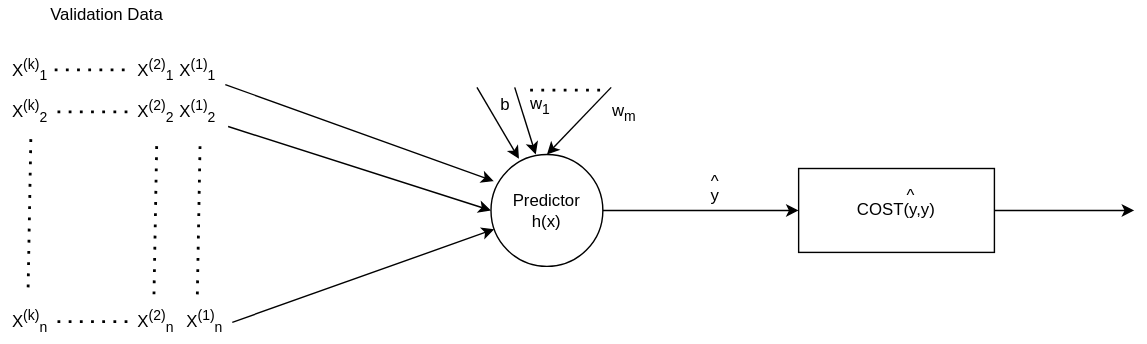
Earlier version of the draw.io export assets/images/supervised/ML-validation-network.svg (ronen567/just-the-docs). Source tidied: cells renumbered, new cells last; positions are measured from the earlier drawing's top-left corner, leaving out a move shared by most shapes. Source of this version:
```xml
<mxGraphModel>
  <root>
    <mxCell id="0" />
    <mxCell id="1" parent="0" />
    <mxCell id="2" value="Predictor&lt;br&gt;h(x)" style="ellipse;whiteSpace=wrap;html=1;" parent="1" vertex="1">
      <mxGeometry x="350" y="110" width="80" height="80" as="geometry" />
    </mxCell>
    <mxCell id="3" style="endArrow=classic;html=1;entryX=0.025;entryY=0.238;entryDx=0;entryDy=0;entryPerimeter=0;exitX=1;exitY=0.833;exitDx=0;exitDy=0;exitPerimeter=0;" parent="1" edge="1" source="8" target="2">
      <mxGeometry relative="1" as="geometry" />
    </mxCell>
    <mxCell id="4" style="endArrow=classic;html=1;entryX=0;entryY=0.5;entryDx=0;entryDy=0;exitX=1.05;exitY=0.833;exitDx=0;exitDy=0;exitPerimeter=0;" parent="1" edge="1" source="6" target="2">
      <mxGeometry relative="1" as="geometry" />
    </mxCell>
    <mxCell id="5" style="endArrow=classic;html=1;exitX=1;exitY=0.5;exitDx=0;exitDy=0;exitPerimeter=0;" parent="1" edge="1" source="7" target="2">
      <mxGeometry relative="1" as="geometry" />
    </mxCell>
    <mxCell id="6" value="X&lt;sup&gt;(1)&lt;/sup&gt;&lt;sub&gt;2&lt;/sub&gt;" style="text;html=1;align=center;verticalAlign=middle;points=[];" parent="1" vertex="1">
      <mxGeometry x="120" y="65" width="40" height="30" as="geometry" />
    </mxCell>
    <mxCell id="7" value="X&lt;sup&gt;(1)&lt;/sup&gt;&lt;sub&gt;n&lt;/sub&gt;" style="text;html=1;align=center;verticalAlign=middle;points=[];" parent="1" vertex="1">
      <mxGeometry x="125" y="215" width="40" height="30" as="geometry" />
    </mxCell>
    <mxCell id="8" value="X&lt;sup&gt;(1)&lt;/sup&gt;&lt;sub&gt;1&lt;/sub&gt;" style="text;html=1;align=center;verticalAlign=middle;points=[];" parent="1" vertex="1">
      <mxGeometry x="120" y="35" width="40" height="30" as="geometry" />
    </mxCell>
    <mxCell id="9" value="X&lt;sup&gt;(2)&lt;/sup&gt;&lt;sub&gt;1&lt;/sub&gt;" style="text;html=1;align=center;verticalAlign=middle;" parent="1" vertex="1">
      <mxGeometry x="90" y="35" width="40" height="30" as="geometry" />
    </mxCell>
    <mxCell id="10" value="X&lt;sup&gt;(2)&lt;/sup&gt;&lt;sub&gt;2&lt;/sub&gt;" style="text;html=1;align=center;verticalAlign=middle;" parent="1" vertex="1">
      <mxGeometry x="90" y="65" width="40" height="30" as="geometry" />
    </mxCell>
    <mxCell id="11" value="X&lt;sup&gt;(2)&lt;/sup&gt;&lt;sub&gt;n&lt;/sub&gt;" style="text;html=1;align=center;verticalAlign=middle;" parent="1" vertex="1">
      <mxGeometry x="90" y="215" width="40" height="30" as="geometry" />
    </mxCell>
    <mxCell id="12" value="X&lt;sup&gt;(k)&lt;/sup&gt;&lt;sub&gt;1&lt;/sub&gt;" style="text;html=1;align=center;verticalAlign=middle;" parent="1" vertex="1">
      <mxGeometry y="35" width="40" height="30" as="geometry" />
    </mxCell>
    <mxCell id="13" value="X&lt;sup&gt;(k)&lt;/sup&gt;&lt;sub&gt;2&lt;/sub&gt;" style="text;html=1;align=center;verticalAlign=middle;" parent="1" vertex="1">
      <mxGeometry y="65" width="40" height="30" as="geometry" />
    </mxCell>
    <mxCell id="14" value="X&lt;sup&gt;(k)&lt;/sup&gt;&lt;sub&gt;n&lt;/sub&gt;" style="text;html=1;align=center;verticalAlign=middle;" parent="1" vertex="1">
      <mxGeometry y="215" width="40" height="30" as="geometry" />
    </mxCell>
    <mxCell id="15" style="endArrow=none;dashed=1;html=1;dashPattern=1 3;strokeWidth=2;entryX=0.55;entryY=1.167;entryDx=0;entryDy=0;entryPerimeter=0;" parent="1" edge="1" target="6">
      <mxGeometry relative="1" as="geometry">
        <mxPoint x="140" y="210" as="sourcePoint" />
      </mxGeometry>
    </mxCell>
    <mxCell id="16" style="endArrow=none;dashed=1;html=1;dashPattern=1 3;strokeWidth=2;entryX=0.55;entryY=1.167;entryDx=0;entryDy=0;entryPerimeter=0;" parent="1" edge="1">
      <mxGeometry relative="1" as="geometry">
        <mxPoint x="109" y="210" as="sourcePoint" />
        <mxPoint x="111" y="100" as="targetPoint" />
      </mxGeometry>
    </mxCell>
    <mxCell id="17" style="endArrow=none;dashed=1;html=1;dashPattern=1 3;strokeWidth=2;entryX=0.55;entryY=1.167;entryDx=0;entryDy=0;entryPerimeter=0;" parent="1" edge="1">
      <mxGeometry relative="1" as="geometry">
        <mxPoint x="19" y="205" as="sourcePoint" />
        <mxPoint x="21" y="95" as="targetPoint" />
      </mxGeometry>
    </mxCell>
    <mxCell id="18" style="endArrow=none;dashed=1;html=1;dashPattern=1 3;strokeWidth=2;entryX=0.55;entryY=1.167;entryDx=0;entryDy=0;entryPerimeter=0;" parent="1" edge="1">
      <mxGeometry relative="1" as="geometry">
        <mxPoint x="38" y="49.5" as="sourcePoint" />
        <mxPoint x="90" y="49.5" as="targetPoint" />
      </mxGeometry>
    </mxCell>
    <mxCell id="19" style="endArrow=none;dashed=1;html=1;dashPattern=1 3;strokeWidth=2;entryX=0.55;entryY=1.167;entryDx=0;entryDy=0;entryPerimeter=0;" parent="1" edge="1">
      <mxGeometry relative="1" as="geometry">
        <mxPoint x="40" y="79.5" as="sourcePoint" />
        <mxPoint x="92" y="79.5" as="targetPoint" />
      </mxGeometry>
    </mxCell>
    <mxCell id="20" style="endArrow=none;dashed=1;html=1;dashPattern=1 3;strokeWidth=2;entryX=0.55;entryY=1.167;entryDx=0;entryDy=0;entryPerimeter=0;" parent="1" edge="1">
      <mxGeometry relative="1" as="geometry">
        <mxPoint x="40" y="229.5" as="sourcePoint" />
        <mxPoint x="92" y="229.5" as="targetPoint" />
      </mxGeometry>
    </mxCell>
    <mxCell id="21" value="Validation Data" style="text;html=1;align=center;verticalAlign=middle;" parent="1" vertex="1">
      <mxGeometry x="25" width="100" height="20" as="geometry" />
    </mxCell>
    <mxCell id="22" value="b" style="text;html=1;align=center;verticalAlign=middle;" parent="1" vertex="1">
      <mxGeometry x="350" y="65" width="20" height="20" as="geometry" />
    </mxCell>
    <mxCell id="23" value="w&lt;sub&gt;1&lt;/sub&gt;" style="text;html=1;align=center;verticalAlign=middle;" parent="1" vertex="1">
      <mxGeometry x="370" y="65" width="30" height="20" as="geometry" />
    </mxCell>
    <mxCell id="24" value="w&lt;sub&gt;m&lt;/sub&gt;" style="text;html=1;align=center;verticalAlign=middle;" parent="1" vertex="1">
      <mxGeometry x="430" y="70" width="30" height="20" as="geometry" />
    </mxCell>
    <mxCell id="25" value="COST(y,y)" style="rounded=0;whiteSpace=wrap;html=1;" parent="1" vertex="1">
      <mxGeometry x="570" y="120" width="140" height="60" as="geometry" />
    </mxCell>
    <mxCell id="26" value="y" style="text;html=1;align=center;verticalAlign=middle;" parent="1" vertex="1">
      <mxGeometry x="500" y="130" width="20" height="20" as="geometry" />
    </mxCell>
    <mxCell id="27" value="^" style="text;html=1;align=center;verticalAlign=middle;" parent="1" vertex="1">
      <mxGeometry x="500" y="120" width="20" height="20" as="geometry" />
    </mxCell>
    <mxCell id="28" style="endArrow=classic;html=1;exitX=1;exitY=0.5;exitDx=0;exitDy=0;entryX=0;entryY=0.5;entryDx=0;entryDy=0;" parent="1" edge="1" source="2" target="25">
      <mxGeometry relative="1" as="geometry" />
    </mxCell>
    <mxCell id="29" value="^" style="text;html=1;align=center;verticalAlign=middle;" parent="1" vertex="1">
      <mxGeometry x="640" y="130" width="20" height="20" as="geometry" />
    </mxCell>
    <mxCell id="30" style="endArrow=classic;html=1;exitX=0.083;exitY=1.033;exitDx=0;exitDy=0;exitPerimeter=0;entryX=0.25;entryY=0.038;entryDx=0;entryDy=0;entryPerimeter=0;" parent="1" edge="1" target="2">
      <mxGeometry relative="1" as="geometry">
        <mxPoint x="340" y="62" as="sourcePoint" />
      </mxGeometry>
    </mxCell>
    <mxCell id="31" style="endArrow=classic;html=1;exitX=0.308;exitY=1.033;exitDx=0;exitDy=0;exitPerimeter=0;entryX=0.4;entryY=0;entryDx=0;entryDy=0;entryPerimeter=0;" parent="1" edge="1" target="2">
      <mxGeometry relative="1" as="geometry">
        <mxPoint x="367" y="62" as="sourcePoint" />
      </mxGeometry>
    </mxCell>
    <mxCell id="32" style="endArrow=classic;html=1;exitX=0.883;exitY=1.033;exitDx=0;exitDy=0;entryX=0.5;entryY=0;entryDx=0;entryDy=0;exitPerimeter=0;" parent="1" edge="1" target="2">
      <mxGeometry relative="1" as="geometry">
        <mxPoint x="436" y="62" as="sourcePoint" />
      </mxGeometry>
    </mxCell>
    <mxCell id="33" style="endArrow=classic;html=1;exitX=1;exitY=0.5;exitDx=0;exitDy=0;" parent="1" edge="1" source="25">
      <mxGeometry relative="1" as="geometry">
        <mxPoint x="810" y="150" as="targetPoint" />
      </mxGeometry>
    </mxCell>
    <mxCell id="34" style="endArrow=none;dashed=1;html=1;dashPattern=1 3;strokeWidth=2;entryX=0.55;entryY=1.167;entryDx=0;entryDy=0;entryPerimeter=0;" parent="1" edge="1">
      <mxGeometry relative="1" as="geometry">
        <mxPoint x="378" y="64" as="sourcePoint" />
        <mxPoint x="430" y="64" as="targetPoint" />
      </mxGeometry>
    </mxCell>
  </root>
</mxGraphModel>
```
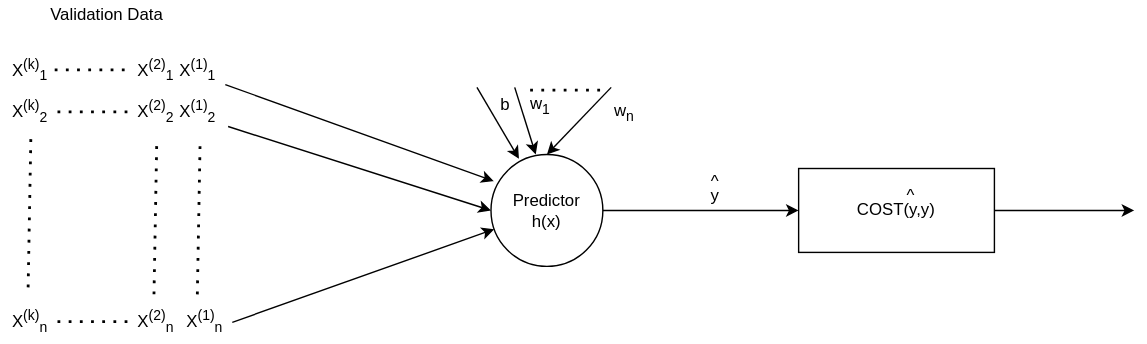
Above is the later version.

What changed in the source:
```diff
@@ -85,7 +85,7 @@
     <mxCell id="23" value="w&lt;sub&gt;1&lt;/sub&gt;" style="text;html=1;align=center;verticalAlign=middle;" parent="1" vertex="1">
       <mxGeometry x="370" y="65" width="30" height="20" as="geometry" />
     </mxCell>
-    <mxCell id="24" value="w&lt;sub&gt;m&lt;/sub&gt;" style="text;html=1;align=center;verticalAlign=middle;" parent="1" vertex="1">
+    <mxCell id="24" value="w&lt;sub&gt;n&lt;/sub&gt;" style="text;html=1;align=center;verticalAlign=middle;" parent="1" vertex="1">
       <mxGeometry x="430" y="70" width="30" height="20" as="geometry" />
     </mxCell>
     <mxCell id="25" value="COST(y,y)" style="rounded=0;whiteSpace=wrap;html=1;" parent="1" vertex="1">
```
